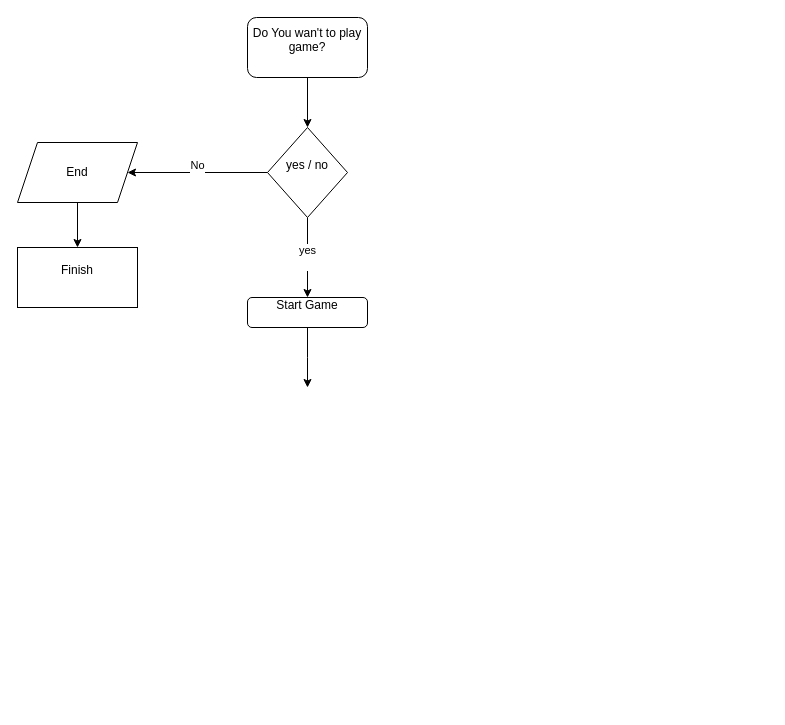
Earlier version of the draw.io diagram first_flowchart.drawio (kelsi0/Game). Source tidied: cells renumbered, new cells numbered last; positions are measured from the earlier drawing's top-left corner, leaving out a move shared by most shapes. Both pictures are drawn from the tidied source at 100%, with x=0, y=0 at pixel (17, 17).
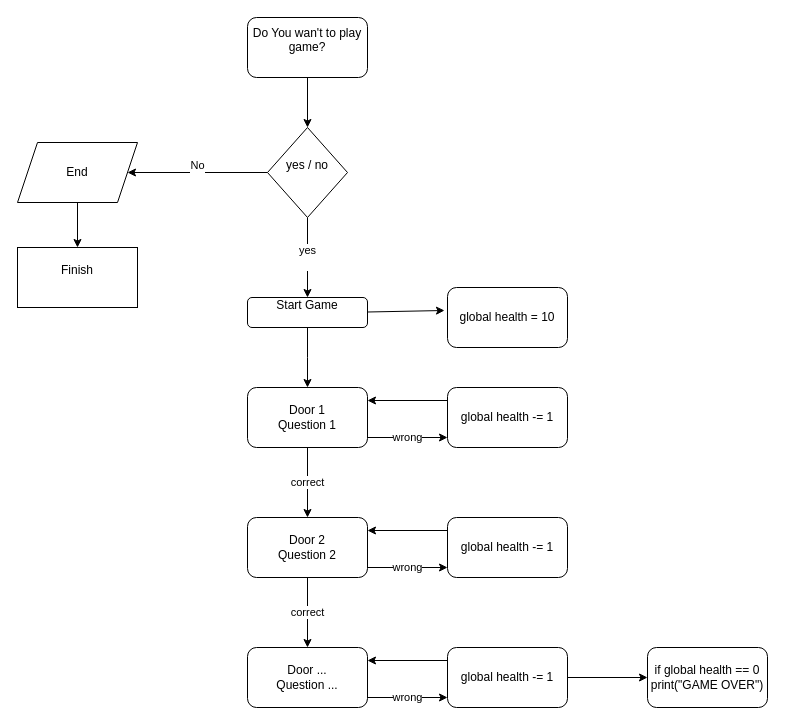
Above is the later version.

What changed in the source:
```diff
@@
+    <mxCell id="12" value="Door 1&lt;br&gt;Question 1" style="rounded=1;whiteSpace=wrap;html=1;" parent="1" vertex="1">
+      <mxGeometry x="230" y="370" width="120" height="60" as="geometry" />
+    </mxCell>
+    <mxCell id="13" value="correct" style="endArrow=classic;html=1;exitX=0.5;exitY=1;exitDx=0;exitDy=0;" parent="1" edge="1" source="12">
+      <mxGeometry relative="1" as="geometry">
+        <mxPoint x="290" y="500" as="targetPoint" />
+      </mxGeometry>
+    </mxCell>
+    <mxCell id="14" value="global health -= 1" style="rounded=1;whiteSpace=wrap;html=1;" parent="1" vertex="1">
+      <mxGeometry x="430" y="370" width="120" height="60" as="geometry" />
+    </mxCell>
+    <mxCell id="15" value="wrong" style="endArrow=classic;html=1;" parent="1" edge="1">
+      <mxGeometry relative="1" as="geometry">
+        <mxPoint x="350" y="420" as="sourcePoint" />
+        <mxPoint x="430" y="420" as="targetPoint" />
+      </mxGeometry>
+    </mxCell>
+    <mxCell id="16" style="endArrow=classic;html=1;exitX=0;exitY=0.25;exitDx=0;exitDy=0;entryX=1;entryY=0.25;entryDx=0;entryDy=0;" parent="1" edge="1">
+      <mxGeometry relative="1" as="geometry">
+        <mxPoint x="430" y="383" as="sourcePoint" />
+        <mxPoint x="350" y="383" as="targetPoint" />
+      </mxGeometry>
+    </mxCell>
+    <mxCell id="17" value="Door 2&lt;br&gt;Question 2" style="rounded=1;whiteSpace=wrap;html=1;" parent="1" vertex="1">
+      <mxGeometry x="230" y="500" width="120" height="60" as="geometry" />
+    </mxCell>
+    <mxCell id="18" value="global health -= 1" style="rounded=1;whiteSpace=wrap;html=1;" parent="1" vertex="1">
+      <mxGeometry x="430" y="500" width="120" height="60" as="geometry" />
+    </mxCell>
+    <mxCell id="19" value="wrong" style="endArrow=classic;html=1;" parent="1" edge="1">
+      <mxGeometry relative="1" as="geometry">
+        <mxPoint x="350" y="550" as="sourcePoint" />
+        <mxPoint x="430" y="550" as="targetPoint" />
+      </mxGeometry>
+    </mxCell>
+    <mxCell id="20" style="endArrow=classic;html=1;exitX=0;exitY=0.25;exitDx=0;exitDy=0;entryX=1;entryY=0.25;entryDx=0;entryDy=0;" parent="1" edge="1">
+      <mxGeometry relative="1" as="geometry">
+        <mxPoint x="430" y="513" as="sourcePoint" />
+        <mxPoint x="350" y="513" as="targetPoint" />
+      </mxGeometry>
+    </mxCell>
+    <mxCell id="21" value="correct" style="endArrow=classic;html=1;exitX=0.5;exitY=1;exitDx=0;exitDy=0;" parent="1" edge="1">
+      <mxGeometry relative="1" as="geometry">
+        <mxPoint x="290" y="560" as="sourcePoint" />
+        <mxPoint x="290" y="630" as="targetPoint" />
+      </mxGeometry>
+    </mxCell>
+    <mxCell id="22" value="Door ...&lt;br&gt;Question ..." style="rounded=1;whiteSpace=wrap;html=1;" parent="1" vertex="1">
+      <mxGeometry x="230" y="630" width="120" height="60" as="geometry" />
+    </mxCell>
+    <mxCell id="23" style="edgeStyle=orthogonalEdgeStyle;rounded=0;jettySize=auto;html=1;" parent="1" edge="1" source="24" target="29">
+      <mxGeometry relative="1" as="geometry" />
+    </mxCell>
+    <mxCell id="24" value="global health -= 1" style="rounded=1;whiteSpace=wrap;html=1;" parent="1" vertex="1">
+      <mxGeometry x="430" y="630" width="120" height="60" as="geometry" />
+    </mxCell>
+    <mxCell id="25" value="wrong" style="endArrow=classic;html=1;" parent="1" edge="1">
+      <mxGeometry relative="1" as="geometry">
+        <mxPoint x="350" y="680" as="sourcePoint" />
+        <mxPoint x="430" y="680" as="targetPoint" />
+      </mxGeometry>
+    </mxCell>
+    <mxCell id="26" style="endArrow=classic;html=1;exitX=0;exitY=0.25;exitDx=0;exitDy=0;entryX=1;entryY=0.25;entryDx=0;entryDy=0;" parent="1" edge="1">
+      <mxGeometry relative="1" as="geometry">
+        <mxPoint x="430" y="643" as="sourcePoint" />
+        <mxPoint x="350" y="643" as="targetPoint" />
+      </mxGeometry>
+    </mxCell>
+    <mxCell id="27" style="endArrow=classic;html=1;entryX=-0.025;entryY=0.383;entryDx=0;entryDy=0;entryPerimeter=0;" parent="1" edge="1" target="28">
+      <mxGeometry relative="1" as="geometry">
+        <mxPoint x="350" y="294.5" as="sourcePoint" />
+      </mxGeometry>
+    </mxCell>
+    <mxCell id="28" value="global health = 10" style="rounded=1;whiteSpace=wrap;html=1;" parent="1" vertex="1">
+      <mxGeometry x="430" y="270" width="120" height="60" as="geometry" />
+    </mxCell>
+    <mxCell id="29" value="if global health == 0&lt;br&gt;print(&quot;GAME OVER&quot;)" style="rounded=1;whiteSpace=wrap;html=1;" parent="1" vertex="1">
+      <mxGeometry x="630" y="630" width="120" height="60" as="geometry" />
+    </mxCell>
```
